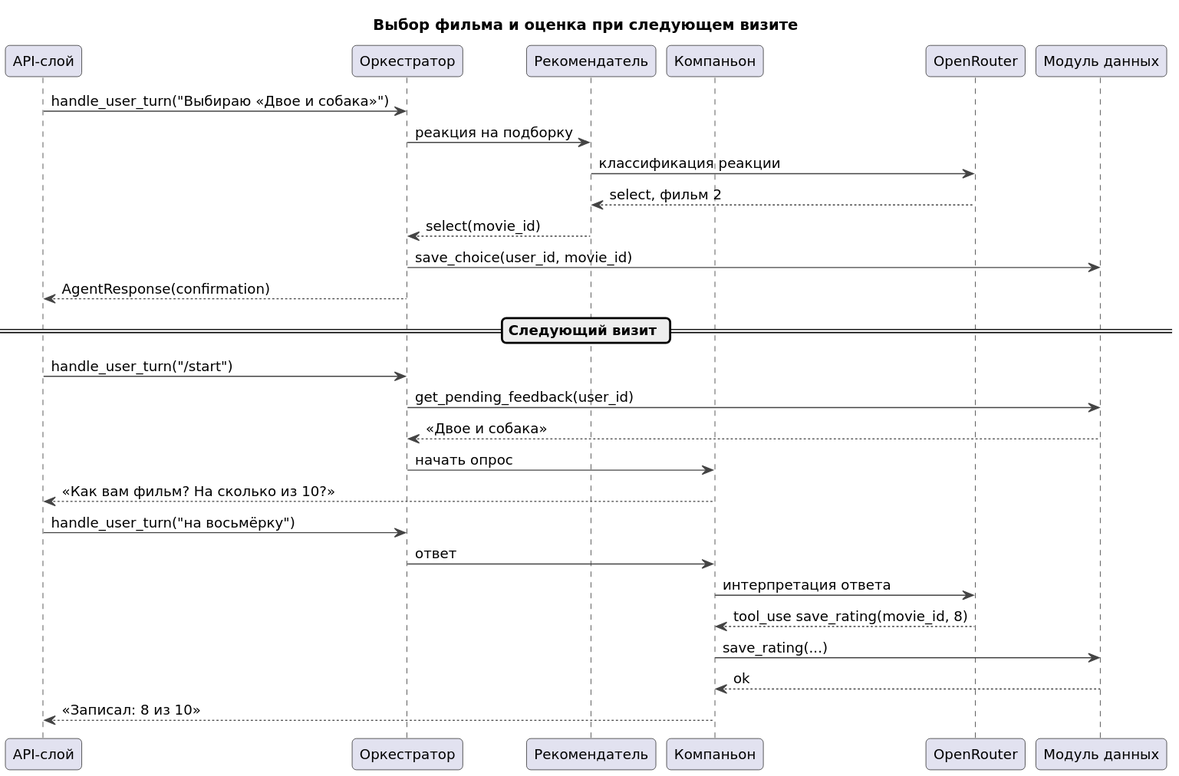
Before: documents/agents/diagrams/155-seq-choice.svg, a diagram exported from PlantUML (ryDIEv/CineMatch). Its diagram source:
```plantuml
@startuml
!include _style.iuml
title Выбор фильма и оценка при следующем визите
participant "API-слой" as API
participant "Оркестратор" as O
participant "Рекомендатель" as RA
participant "Компаньон" as CA
participant "OpenRouter" as M
participant "Модуль данных" as D
API -> O : handle_user_turn("Выбираю «Двое и собака»")
O -> RA : реакция на подборку
RA -> M : классификация реакции
M --> RA : select, фильм 2
RA --> O : select(movie_id)
O -> D : save_choice(user_id, movie_id)
O --> API : AgentResponse(confirmation)
== Следующий визит ==
API -> O : handle_user_turn("/start")
O -> D : get_pending_feedback(user_id)
D --> O : «Двое и собака»
O -> CA : начать опрос
CA --> API : «Как вам фильм? На сколько из 10?»
API -> O : handle_user_turn("на восьмёрку")
O -> CA : ответ
CA -> M : интерпретация ответа
M --> CA : tool_use save_rating(movie_id, 8)
CA -> D : save_rating(...)
D --> CA : ok
CA --> API : «Записал: 8 из 10»
@enduml
```
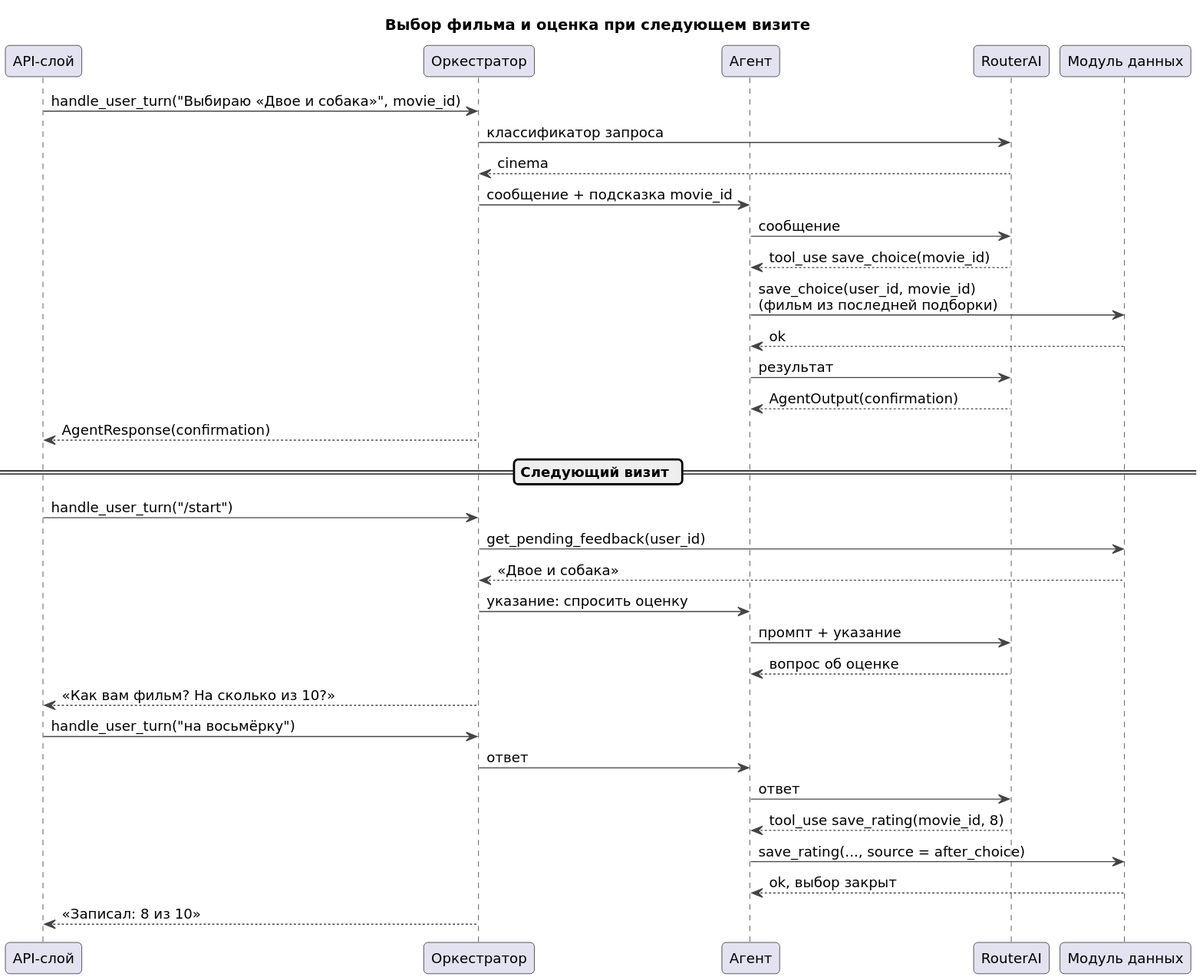
After the change.

The edit, as a diff of the source:
```diff
@@ -3,28 +3,33 @@
 title Выбор фильма и оценка при следующем визите
 participant "API-слой" as API
 participant "Оркестратор" as O
-participant "Рекомендатель" as RA
-participant "Компаньон" as CA
-participant "OpenRouter" as M
+participant "Агент" as A
+participant "RouterAI" as M
 participant "Модуль данных" as D
-API -> O : handle_user_turn("Выбираю «Двое и собака»")
-O -> RA : реакция на подборку
-RA -> M : классификация реакции
-M --> RA : select, фильм 2
-RA --> O : select(movie_id)
-O -> D : save_choice(user_id, movie_id)
+API -> O : handle_user_turn("Выбираю «Двое и собака»", movie_id)
+O -> M : классификатор запроса
+M --> O : cinema
+O -> A : сообщение + подсказка movie_id
+A -> M : сообщение
+M --> A : tool_use save_choice(movie_id)
+A -> D : save_choice(user_id, movie_id)\n(фильм из последней подборки)
+D --> A : ok
+A -> M : результат
+M --> A : AgentOutput(confirmation)
 O --> API : AgentResponse(confirmation)
 == Следующий визит ==
 API -> O : handle_user_turn("/start")
 O -> D : get_pending_feedback(user_id)
 D --> O : «Двое и собака»
-O -> CA : начать опрос
-CA --> API : «Как вам фильм? На сколько из 10?»
+O -> A : указание: спросить оценку
+A -> M : промпт + указание
+M --> A : вопрос об оценке
+O --> API : «Как вам фильм? На сколько из 10?»
 API -> O : handle_user_turn("на восьмёрку")
-O -> CA : ответ
-CA -> M : интерпретация ответа
-M --> CA : tool_use save_rating(movie_id, 8)
-CA -> D : save_rating(...)
-D --> CA : ok
-CA --> API : «Записал: 8 из 10»
+O -> A : ответ
+A -> M : ответ
+M --> A : tool_use save_rating(movie_id, 8)
+A -> D : save_rating(..., source = after_choice)
+D --> A : ok, выбор закрыт
+O --> API : «Записал: 8 из 10»
 @enduml
```
